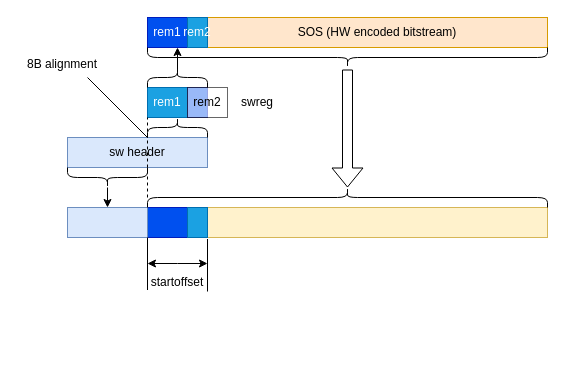
The draw.io diagram jpeg.encoder.drawio in chenmin82/diagrams, before the edit. Source tidied: cells renumbered, new cells numbered last; positions are measured from the earlier drawing's top-left corner, leaving out a move shared by most shapes. Both pictures are drawn from the tidied source at 100%, with x=0, y=0 at pixel (17, -143).
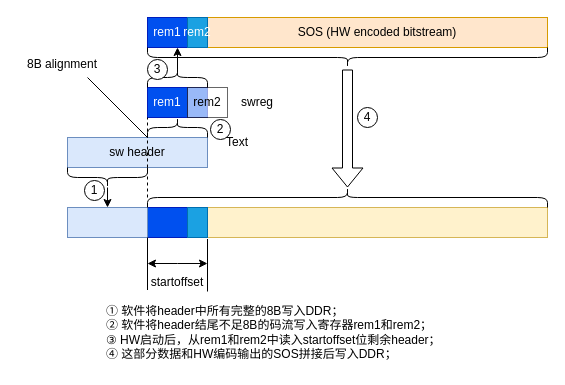
The same diagram, later.

What changed in the source:
```diff
@@
-    <mxCell id="6" value="rem1" style="rounded=0;whiteSpace=wrap;html=1;fillColor=#1ba1e2;strokeColor=#006EAF;fontColor=#ffffff;" parent="1" vertex="1">
+    <mxCell id="6" value="rem1" style="rounded=0;whiteSpace=wrap;html=1;fillColor=#0050ef;strokeColor=#001DBC;fontColor=#ffffff;" parent="1" vertex="1">
       <mxGeometry x="130" y="230" width="40" height="30" as="geometry" />
     </mxCell>
@@
+    <mxCell id="29" value="1" style="ellipse;whiteSpace=wrap;html=1;" parent="1" vertex="1">
+      <mxGeometry x="67" y="323" width="20" height="20" as="geometry" />
+    </mxCell>
+    <mxCell id="30" value="4" style="ellipse;whiteSpace=wrap;html=1;" parent="1" vertex="1">
+      <mxGeometry x="340" y="250" width="20" height="20" as="geometry" />
+    </mxCell>
+    <mxCell id="31" value="3" style="ellipse;whiteSpace=wrap;html=1;" parent="1" vertex="1">
+      <mxGeometry x="130" y="202" width="20" height="20" as="geometry" />
+    </mxCell>
+    <mxCell id="32" value="2" style="ellipse;whiteSpace=wrap;html=1;" parent="1" vertex="1">
+      <mxGeometry x="193" y="262" width="20" height="20" as="geometry" />
+    </mxCell>
+    <mxCell id="33" value="Text" style="text;html=1;align=center;verticalAlign=middle;whiteSpace=wrap;rounded=0;" parent="1" vertex="1">
+      <mxGeometry x="190" y="270" width="60" height="30" as="geometry" />
+    </mxCell>
+    <mxCell id="34" value="① 软件将header中所有完整的8B写入DDR；&lt;div&gt;② 软件将header结尾不足8B的码流写入寄存器rem1和rem2；&lt;/div&gt;&lt;div&gt;③ HW启动后，从rem1和rem2中读入startoffset位剩余header；&lt;/div&gt;&lt;div&gt;④&amp;nbsp;&lt;span style=&quot;background-color: transparent; color: light-dark(rgb(0, 0, 0), rgb(255, 255, 255));&quot;&gt;这部分数据和HW编&lt;/span&gt;&lt;span style=&quot;background-color: transparent; color: light-dark(rgb(0, 0, 0), rgb(255, 255, 255));&quot;&gt;码输出的SOS拼接后写入DDR；&lt;/span&gt;&lt;/div&gt;" style="text;html=1;align=left;verticalAlign=middle;whiteSpace=wrap;rounded=0;" parent="1" vertex="1">
+      <mxGeometry x="87" y="440" width="443" height="70" as="geometry" />
+    </mxCell>
```
